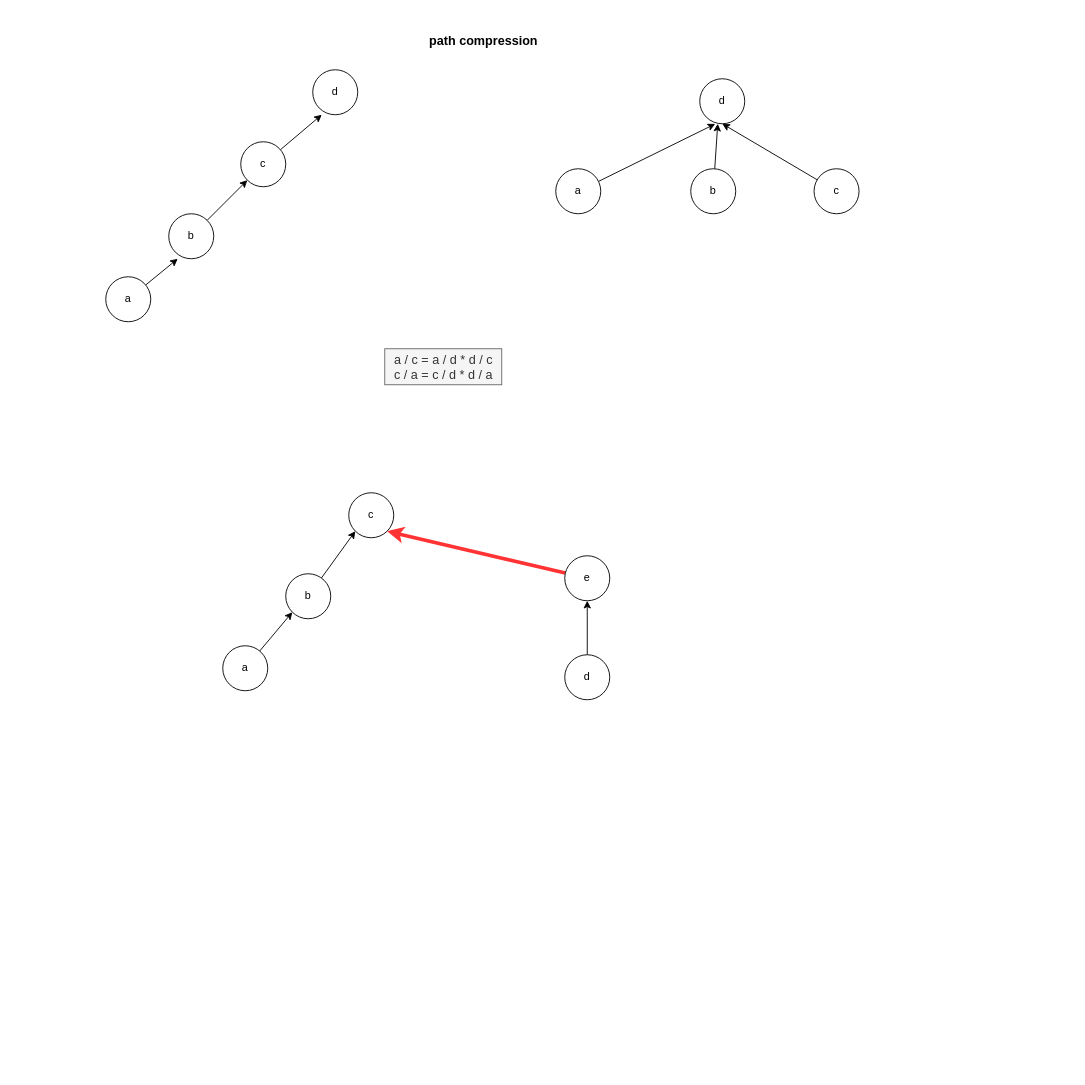
RiverFerry/picBed keeps this draw.io diagram as 20220118_1.drawio. Above is the earlier version. Source tidied: cells renumbered, new cells numbered last; positions are measured from the earlier drawing's top-left corner, leaving out a move shared by most shapes. Both pictures are drawn from the tidied source at 90%, with x=0, y=0 at pixel (42, 29).
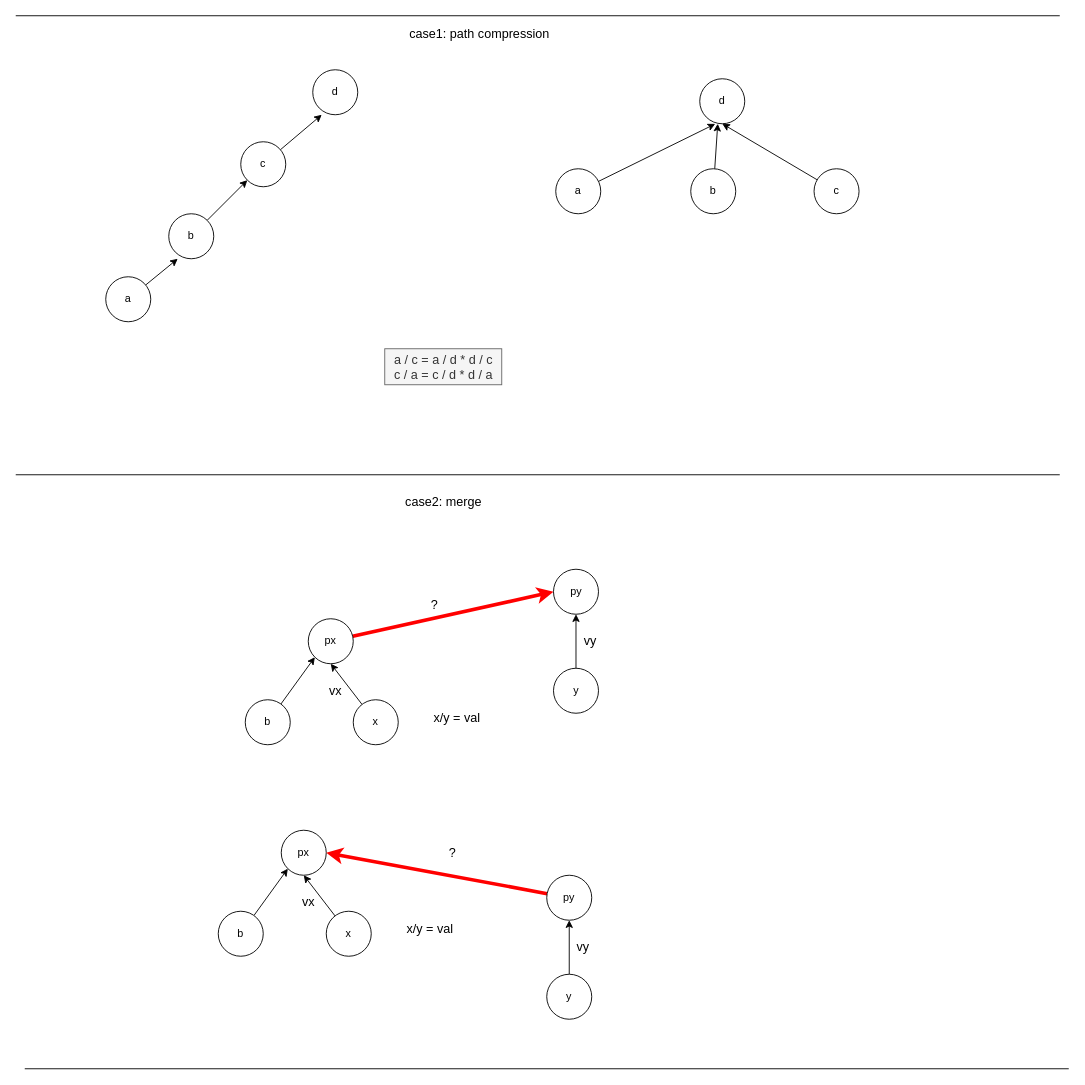
The same diagram, later.

Diff of the diagram source:
```diff
@@
-    <mxCell id="17" style="edgeStyle=none;rounded=0;jettySize=auto;html=1;entryX=0;entryY=1;entryDx=0;entryDy=0;fontSize=14;" parent="1" edge="1" source="18" target="20">
-      <mxGeometry relative="1" as="geometry" />
-    </mxCell>
+    <mxCell id="27" style="edgeStyle=none;rounded=0;jettySize=auto;html=1;entryX=0.5;entryY=1;entryDx=0;entryDy=0;fontSize=14;strokeColor=#000000;strokeWidth=1;fillColor=#FF3333;" parent="1" edge="1" source="18" target="21">
+      <mxGeometry relative="1" as="geometry" />
+    </mxCell>
-    <mxCell id="18" value="a" style="ellipse;whiteSpace=wrap;html=1;" parent="1" vertex="1">
-      <mxGeometry x="200" y="685" width="50" height="50" as="geometry" />
+    <mxCell id="18" value="x" style="ellipse;whiteSpace=wrap;html=1;" parent="1" vertex="1">
+      <mxGeometry x="345" y="745" width="50" height="50" as="geometry" />
     </mxCell>
@@
     <mxCell id="20" value="b" style="ellipse;whiteSpace=wrap;html=1;" parent="1" vertex="1">
-      <mxGeometry x="270" y="605" width="50" height="50" as="geometry" />
+      <mxGeometry x="225" y="745" width="50" height="50" as="geometry" />
     </mxCell>
+    <mxCell id="28" style="edgeStyle=none;rounded=0;jettySize=auto;html=1;entryX=0;entryY=0.5;entryDx=0;entryDy=0;fontSize=14;strokeColor=#FF0000;strokeWidth=4;fillColor=#FF3333;" parent="1" edge="1" source="21" target="25">
+      <mxGeometry relative="1" as="geometry" />
+    </mxCell>
-    <mxCell id="21" value="c" style="ellipse;whiteSpace=wrap;html=1;" parent="1" vertex="1">
-      <mxGeometry x="340" y="515" width="50" height="50" as="geometry" />
+    <mxCell id="21" value="px" style="ellipse;whiteSpace=wrap;html=1;" parent="1" vertex="1">
+      <mxGeometry x="295" y="655" width="50" height="50" as="geometry" />
     </mxCell>
@@
-    <mxCell id="23" value="d" style="ellipse;whiteSpace=wrap;html=1;" parent="1" vertex="1">
-      <mxGeometry x="580" y="695" width="50" height="50" as="geometry" />
+    <mxCell id="23" value="y" style="ellipse;whiteSpace=wrap;html=1;" parent="1" vertex="1">
+      <mxGeometry x="567.5" y="710" width="50" height="50" as="geometry" />
     </mxCell>
-    <mxCell id="24" style="edgeStyle=none;rounded=0;jettySize=auto;html=1;entryX=1;entryY=1;entryDx=0;entryDy=0;fontSize=14;fillColor=#ffe6cc;strokeColor=#FF3333;strokeWidth=4;" parent="1" edge="1" source="25" target="21">
-      <mxGeometry relative="1" as="geometry" />
-    </mxCell>
-    <mxCell id="25" value="e" style="ellipse;whiteSpace=wrap;html=1;" parent="1" vertex="1">
-      <mxGeometry x="580" y="585" width="50" height="50" as="geometry" />
+    <mxCell id="25" value="py" style="ellipse;whiteSpace=wrap;html=1;" parent="1" vertex="1">
+      <mxGeometry x="567.5" y="600" width="50" height="50" as="geometry" />
     </mxCell>
-    <mxCell id="26" value="path compression" style="swimlane;dashed=1;dashPattern=1 1;sketch=1;fontSize=14;strokeWidth=15;opacity=0;" parent="1" vertex="1">
-      <mxGeometry width="980" height="420" as="geometry" />
-    </mxCell>
+    <mxCell id="29" style="endArrow=none;html=1;rounded=0;fontSize=14;strokeColor=#000000;strokeWidth=1;fillColor=#FF3333;" parent="1" edge="1">
+      <mxGeometry relative="1" as="geometry">
+        <mxPoint x="-30" y="495" as="sourcePoint" />
+        <mxPoint x="1130" y="495" as="targetPoint" />
+      </mxGeometry>
+    </mxCell>
+    <mxCell id="30" style="endArrow=none;html=1;rounded=0;fontSize=14;strokeColor=#000000;strokeWidth=1;fillColor=#FF3333;" parent="1" edge="1">
+      <mxGeometry relative="1" as="geometry">
+        <mxPoint x="-30" y="-15" as="sourcePoint" />
+        <mxPoint x="1130" y="-15" as="targetPoint" />
+      </mxGeometry>
+    </mxCell>
+    <mxCell id="31" style="endArrow=none;html=1;rounded=0;fontSize=14;strokeColor=#000000;strokeWidth=1;fillColor=#FF3333;" parent="1" edge="1">
+      <mxGeometry relative="1" as="geometry">
+        <mxPoint x="-20" y="1155" as="sourcePoint" />
+        <mxPoint x="1140" y="1155" as="targetPoint" />
+      </mxGeometry>
+    </mxCell>
+    <mxCell id="32" value="case1: path compression" style="text;html=1;align=center;verticalAlign=middle;strokeColor=none;fillColor=none;fontSize=14;" parent="1" vertex="1">
+      <mxGeometry x="400" y="-5" width="170" height="20" as="geometry" />
+    </mxCell>
+    <mxCell id="33" value="case2: merge" style="text;html=1;align=center;verticalAlign=middle;strokeColor=none;fillColor=none;fontSize=14;" parent="1" vertex="1">
+      <mxGeometry x="395" y="515" width="100" height="20" as="geometry" />
+    </mxCell>
+    <mxCell id="34" value="x/y = val" style="text;html=1;align=center;verticalAlign=middle;strokeColor=none;fillColor=none;fontSize=14;" parent="1" vertex="1">
+      <mxGeometry x="425" y="755" width="70" height="20" as="geometry" />
+    </mxCell>
+    <mxCell id="35" value="vy" style="text;html=1;align=center;verticalAlign=middle;strokeColor=none;fillColor=none;fontSize=14;" parent="1" vertex="1">
+      <mxGeometry x="592.5" y="670" width="30" height="20" as="geometry" />
+    </mxCell>
+    <mxCell id="36" value="vx" style="text;html=1;align=center;verticalAlign=middle;strokeColor=none;fillColor=none;fontSize=14;" parent="1" vertex="1">
+      <mxGeometry x="310" y="725" width="30" height="20" as="geometry" />
+    </mxCell>
+    <mxCell id="37" value="?" style="text;html=1;align=center;verticalAlign=middle;strokeColor=none;fillColor=none;fontSize=14;" parent="1" vertex="1">
+      <mxGeometry x="425" y="630" width="20" height="20" as="geometry" />
+    </mxCell>
+    <mxCell id="38" style="edgeStyle=none;rounded=0;jettySize=auto;html=1;entryX=0.5;entryY=1;entryDx=0;entryDy=0;fontSize=14;strokeColor=#000000;strokeWidth=1;fillColor=#FF3333;" parent="1" edge="1" source="39" target="42">
+      <mxGeometry relative="1" as="geometry" />
+    </mxCell>
+    <mxCell id="39" value="x" style="ellipse;whiteSpace=wrap;html=1;" parent="1" vertex="1">
+      <mxGeometry x="315" y="980" width="50" height="50" as="geometry" />
+    </mxCell>
+    <mxCell id="40" style="edgeStyle=none;rounded=0;jettySize=auto;html=1;entryX=0;entryY=1;entryDx=0;entryDy=0;fontSize=14;" parent="1" edge="1" source="41" target="42">
+      <mxGeometry relative="1" as="geometry" />
+    </mxCell>
+    <mxCell id="41" value="b" style="ellipse;whiteSpace=wrap;html=1;" parent="1" vertex="1">
+      <mxGeometry x="195" y="980" width="50" height="50" as="geometry" />
+    </mxCell>
+    <mxCell id="42" value="px" style="ellipse;whiteSpace=wrap;html=1;" parent="1" vertex="1">
+      <mxGeometry x="265" y="890" width="50" height="50" as="geometry" />
+    </mxCell>
+    <mxCell id="43" style="edgeStyle=none;rounded=0;jettySize=auto;html=1;entryX=0.5;entryY=1;entryDx=0;entryDy=0;fontSize=14;" parent="1" edge="1" source="44" target="46">
+      <mxGeometry relative="1" as="geometry" />
+    </mxCell>
+    <mxCell id="44" value="y" style="ellipse;whiteSpace=wrap;html=1;" parent="1" vertex="1">
+      <mxGeometry x="560" y="1050" width="50" height="50" as="geometry" />
+    </mxCell>
+    <mxCell id="45" style="edgeStyle=none;rounded=0;jettySize=auto;html=1;entryX=1;entryY=0.5;entryDx=0;entryDy=0;fontSize=14;strokeColor=#FF0000;strokeWidth=4;fillColor=#FF3333;" parent="1" edge="1" source="46" target="42">
+      <mxGeometry relative="1" as="geometry" />
+    </mxCell>
+    <mxCell id="46" value="py" style="ellipse;whiteSpace=wrap;html=1;" parent="1" vertex="1">
+      <mxGeometry x="560" y="940" width="50" height="50" as="geometry" />
+    </mxCell>
+    <mxCell id="47" value="x/y = val" style="text;html=1;align=center;verticalAlign=middle;strokeColor=none;fillColor=none;fontSize=14;" parent="1" vertex="1">
+      <mxGeometry x="395" y="990" width="70" height="20" as="geometry" />
+    </mxCell>
+    <mxCell id="48" value="vy" style="text;html=1;align=center;verticalAlign=middle;strokeColor=none;fillColor=none;fontSize=14;" parent="1" vertex="1">
+      <mxGeometry x="585" y="1010" width="30" height="20" as="geometry" />
+    </mxCell>
+    <mxCell id="49" value="vx" style="text;html=1;align=center;verticalAlign=middle;strokeColor=none;fillColor=none;fontSize=14;" parent="1" vertex="1">
+      <mxGeometry x="280" y="960" width="30" height="20" as="geometry" />
+    </mxCell>
+    <mxCell id="50" value="?" style="text;html=1;align=center;verticalAlign=middle;strokeColor=none;fillColor=none;fontSize=14;" parent="1" vertex="1">
+      <mxGeometry x="445" y="905" width="20" height="20" as="geometry" />
+    </mxCell>
```
